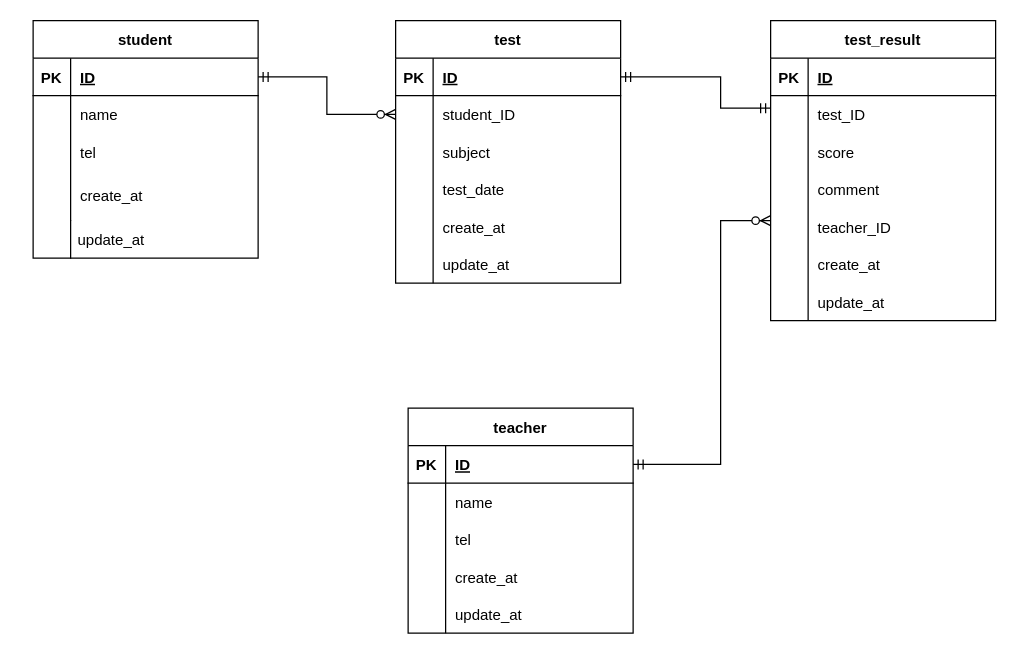
Above: er_practice.drawio in Sss-Okubo/20221218_okubo (draw.io), before the change. Source tidied: cells renumbered, new cells numbered last; positions are measured from the earlier drawing's top-left corner, leaving out a move shared by most shapes. Both pictures are drawn from the tidied source at 125%, with x=0, y=0 at pixel (32, 20).
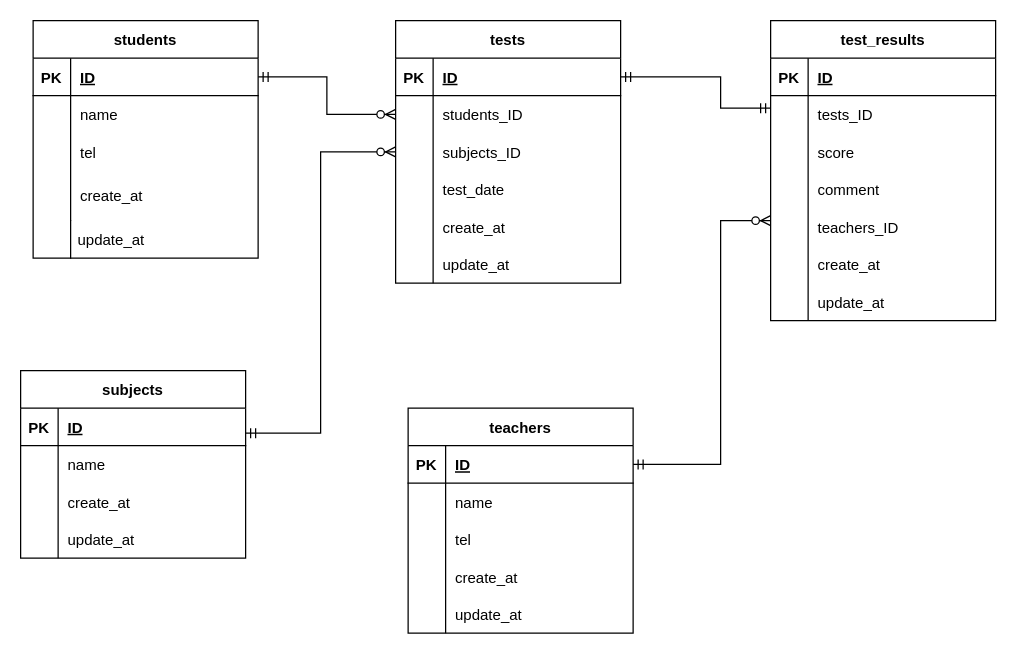
The same diagram, later.

The change refers to these unchanged cells:
```xml
<mxCell id="21" style="shape=partialRectangle;fillColor=none;top=0;left=0;bottom=0;right=0;points=[[0,0.5],[1,0.5]];portConstraint=eastwest;strokeColor=default;" parent="17" vertex="1">
  <mxGeometry y="60" width="180" height="30" as="geometry" />
</mxCell>
<mxCell id="24" style="shape=partialRectangle;fillColor=none;top=0;left=0;bottom=0;right=0;points=[[0,0.5],[1,0.5]];portConstraint=eastwest;" parent="17" vertex="1">
  <mxGeometry y="90" width="180" height="30" as="geometry" />
</mxCell>
<mxCell id="56" style="shape=partialRectangle;fillColor=none;top=0;left=0;bottom=0;right=0;strokeColor=default;" parent="52" vertex="1">
  <mxGeometry y="60" width="180" height="30" as="geometry" />
</mxCell>
<mxCell id="65" style="shape=partialRectangle;fillColor=none;top=0;left=0;bottom=0;right=0;strokeColor=default;" parent="52" vertex="1">
  <mxGeometry y="150" width="180" height="30" as="geometry" />
</mxCell>
```

Change to the diagram source:
```diff
@@
-    <mxCell id="2" value="student" style="shape=table;startSize=30;childLayout=tableLayout;rowLines=0;fontStyle=1;align=center;" parent="1" vertex="1">
+    <mxCell id="2" value="students" style="shape=table;startSize=30;childLayout=tableLayout;rowLines=0;fontStyle=1;align=center;" parent="1" vertex="1">
       <mxGeometry width="180" height="190" as="geometry" />
     </mxCell>
@@
-    <mxCell id="17" value="test" style="shape=table;startSize=30;childLayout=tableLayout;rowLines=0;fontStyle=1;align=center;" parent="1" vertex="1">
+    <mxCell id="17" value="tests" style="shape=table;startSize=30;childLayout=tableLayout;rowLines=0;fontStyle=1;align=center;" parent="1" vertex="1">
       <mxGeometry x="290" width="180" height="210" as="geometry" />
     </mxCell>
@@
-    <mxCell id="23" value="student_ID" style="shape=partialRectangle;fillColor=none;top=0;left=0;bottom=0;right=0;align=left;spacingLeft=6;fontStyle=0;overflow=hidden;strokeColor=default;" parent="21" vertex="1">
+    <mxCell id="23" value="students_ID" style="shape=partialRectangle;fillColor=none;top=0;left=0;bottom=0;right=0;align=left;spacingLeft=6;fontStyle=0;overflow=hidden;strokeColor=default;" parent="21" vertex="1">
       <mxGeometry x="30" width="150" height="30" as="geometry" />
     </mxCell>
@@
-    <mxCell id="26" value="subject" style="shape=partialRectangle;fillColor=none;top=0;left=0;bottom=0;right=0;align=left;spacingLeft=6;overflow=hidden;" parent="24" vertex="1">
+    <mxCell id="26" value="subjects_ID" style="shape=partialRectangle;fillColor=none;top=0;left=0;bottom=0;right=0;align=left;spacingLeft=6;overflow=hidden;" parent="24" vertex="1">
       <mxGeometry x="30" width="150" height="30" as="geometry" />
     </mxCell>
@@
-    <mxCell id="36" value="teacher" style="shape=table;startSize=30;childLayout=tableLayout;rowLines=0;fontStyle=1;align=center;strokeColor=default;" parent="1" vertex="1">
+    <mxCell id="36" value="teachers" style="shape=table;startSize=30;childLayout=tableLayout;rowLines=0;fontStyle=1;align=center;strokeColor=default;" parent="1" vertex="1">
       <mxGeometry x="300" y="310" width="180" height="180" as="geometry" />
     </mxCell>
@@
-    <mxCell id="52" value="test_result" style="shape=table;startSize=30;childLayout=tableLayout;rowLines=0;fontStyle=1;align=center;strokeColor=default;" parent="1" vertex="1">
+    <mxCell id="52" value="test_results" style="shape=table;startSize=30;childLayout=tableLayout;rowLines=0;fontStyle=1;align=center;strokeColor=default;" parent="1" vertex="1">
       <mxGeometry x="590" width="180" height="240" as="geometry" />
     </mxCell>
@@
-    <mxCell id="58" value="test_ID" style="shape=partialRectangle;fillColor=none;top=0;left=0;bottom=0;right=0;align=left;spacingLeft=6;overflow=hidden;strokeColor=default;" parent="56" vertex="1">
+    <mxCell id="58" value="tests_ID" style="shape=partialRectangle;fillColor=none;top=0;left=0;bottom=0;right=0;align=left;spacingLeft=6;overflow=hidden;strokeColor=default;" parent="56" vertex="1">
       <mxGeometry x="30" width="150" height="30" as="geometry" />
     </mxCell>
@@
-    <mxCell id="67" value="teacher_ID" style="shape=partialRectangle;fillColor=none;top=0;left=0;bottom=0;right=0;align=left;spacingLeft=6;overflow=hidden;strokeColor=default;" parent="65" vertex="1">
+    <mxCell id="67" value="teachers_ID" style="shape=partialRectangle;fillColor=none;top=0;left=0;bottom=0;right=0;align=left;spacingLeft=6;overflow=hidden;strokeColor=default;" parent="65" vertex="1">
       <mxGeometry x="30" width="150" height="30" as="geometry" />
     </mxCell>
@@
+    <mxCell id="77" value="subjects" style="shape=table;startSize=30;childLayout=tableLayout;rowLines=0;fontStyle=1;align=center;" parent="1" vertex="1">
+      <mxGeometry x="-10" y="280" width="180" height="150" as="geometry" />
+    </mxCell>
+    <mxCell id="78" style="shape=partialRectangle;fillColor=none;top=0;left=0;bottom=1;right=0;" parent="77" vertex="1">
+      <mxGeometry y="30" width="180" height="30" as="geometry" />
+    </mxCell>
+    <mxCell id="79" value="PK" style="shape=partialRectangle;fillColor=none;top=0;left=0;bottom=0;right=0;fontStyle=1;overflow=hidden;" parent="78" vertex="1">
+      <mxGeometry width="30" height="30" as="geometry" />
+    </mxCell>
+    <mxCell id="80" value="ID" style="shape=partialRectangle;fillColor=none;top=0;left=0;bottom=0;right=0;align=left;spacingLeft=6;fontStyle=5;overflow=hidden;" parent="78" vertex="1">
+      <mxGeometry x="30" width="150" height="30" as="geometry" />
+    </mxCell>
+    <mxCell id="81" style="shape=partialRectangle;fillColor=none;top=0;left=0;bottom=0;right=0;" parent="77" vertex="1">
+      <mxGeometry y="60" width="180" height="30" as="geometry" />
+    </mxCell>
+    <mxCell id="82" style="shape=partialRectangle;fillColor=none;top=0;left=0;bottom=0;right=0;overflow=hidden;" parent="81" vertex="1">
+      <mxGeometry width="30" height="30" as="geometry" />
+    </mxCell>
+    <mxCell id="83" value="name" style="shape=partialRectangle;fillColor=none;top=0;left=0;bottom=0;right=0;align=left;spacingLeft=6;overflow=hidden;" parent="81" vertex="1">
+      <mxGeometry x="30" width="150" height="30" as="geometry" />
+    </mxCell>
+    <mxCell id="84" style="shape=partialRectangle;fillColor=none;top=0;left=0;bottom=0;right=0;" parent="77" vertex="1">
+      <mxGeometry y="90" width="180" height="30" as="geometry" />
+    </mxCell>
+    <mxCell id="85" style="shape=partialRectangle;fillColor=none;top=0;left=0;bottom=0;right=0;overflow=hidden;" parent="84" vertex="1">
+      <mxGeometry width="30" height="30" as="geometry" />
+    </mxCell>
+    <mxCell id="86" value="create_at" style="shape=partialRectangle;fillColor=none;top=0;left=0;bottom=0;right=0;align=left;spacingLeft=6;overflow=hidden;" parent="84" vertex="1">
+      <mxGeometry x="30" width="150" height="30" as="geometry" />
+    </mxCell>
+    <mxCell id="87" style="shape=partialRectangle;fillColor=none;top=0;left=0;bottom=0;right=0;" parent="77" vertex="1">
+      <mxGeometry y="120" width="180" height="30" as="geometry" />
+    </mxCell>
+    <mxCell id="88" style="shape=partialRectangle;fillColor=none;top=0;left=0;bottom=0;right=0;overflow=hidden;" parent="87" vertex="1">
+      <mxGeometry width="30" height="30" as="geometry" />
+    </mxCell>
+    <mxCell id="89" value="update_at" style="shape=partialRectangle;fillColor=none;top=0;left=0;bottom=0;right=0;align=left;spacingLeft=6;overflow=hidden;" parent="87" vertex="1">
+      <mxGeometry x="30" width="150" height="30" as="geometry" />
+    </mxCell>
+    <mxCell id="90" style="edgeStyle=orthogonalEdgeStyle;fontSize=12;html=1;endArrow=ERzeroToMany;startArrow=ERmandOne;entryX=0;entryY=0.5;entryDx=0;entryDy=0;rounded=0;" parent="1" edge="1" target="24">
+      <mxGeometry relative="1" as="geometry">
+        <mxPoint x="170" y="330" as="sourcePoint" />
+        <Array as="points">
+          <mxPoint x="230" y="330" />
+          <mxPoint x="230" y="105" />
+        </Array>
+      </mxGeometry>
+    </mxCell>
```
